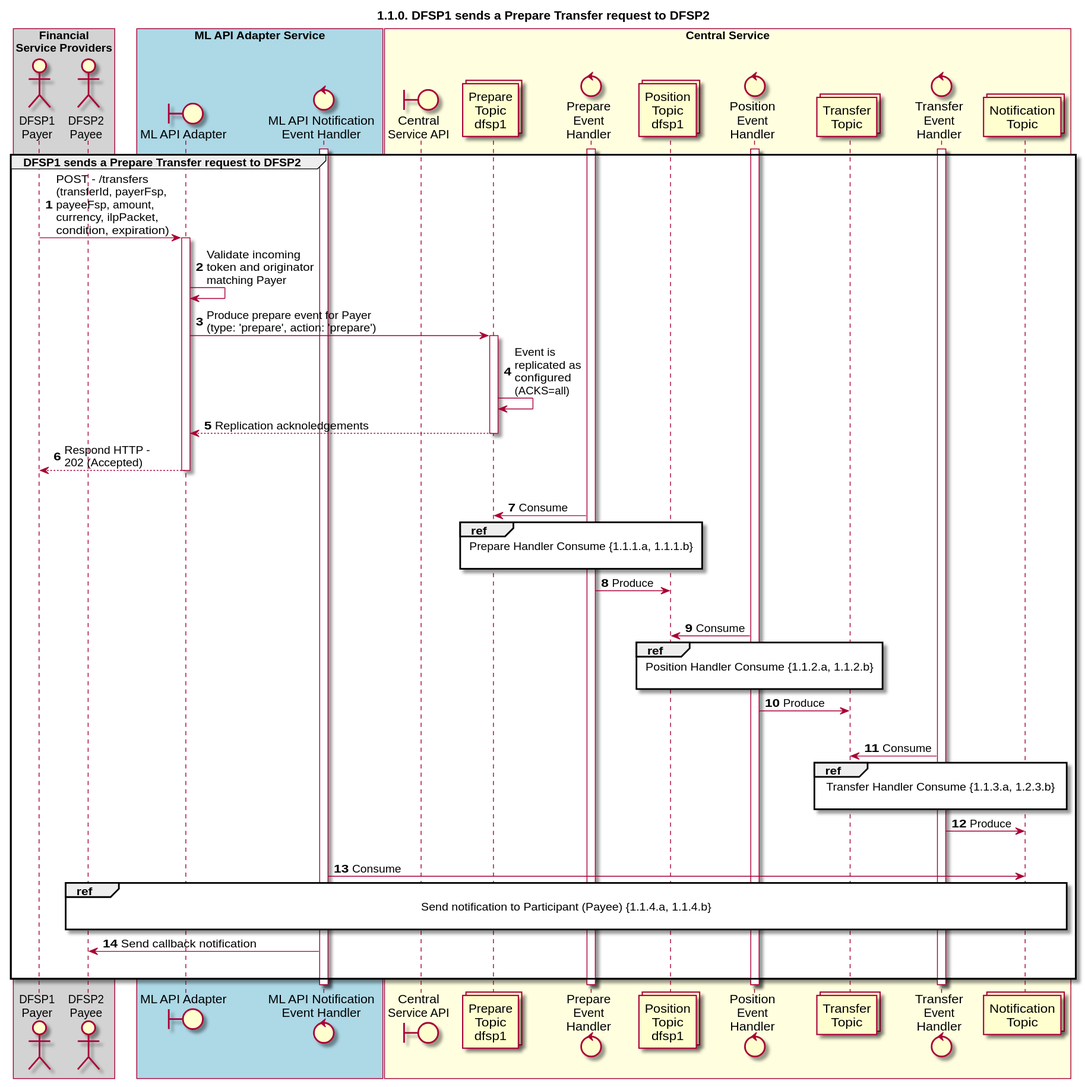
The PlantUML diagram CentralServices/seq_diagrams/seq-prepare-1.1.0-print.svg in ggrg/docs, before a commit.
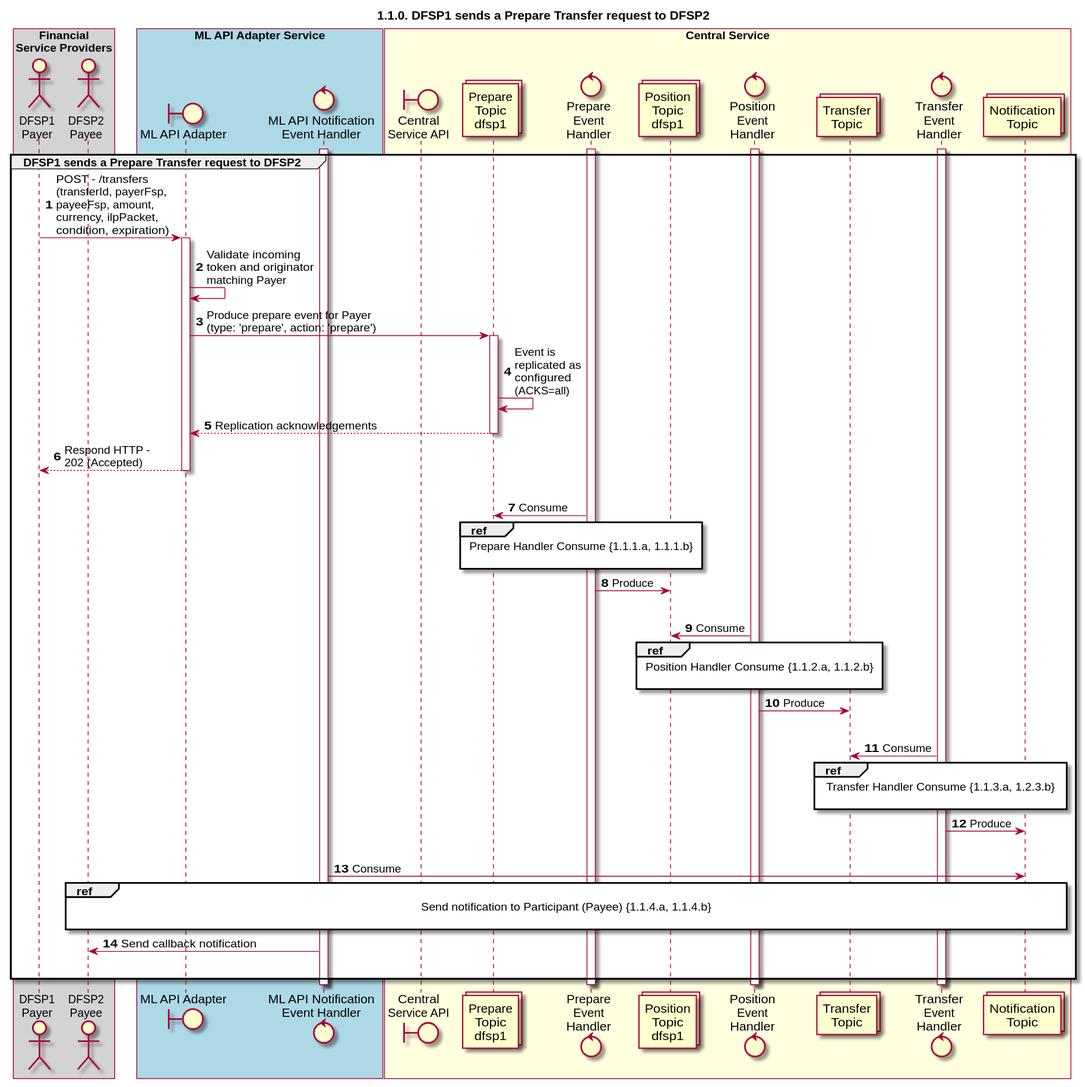
After the change.

The edit, as a diff of the source:
```diff
@@ -49,7 +49,7 @@
     MLAPI -> TOPIC_PREPARE_DFSP1: Produce prepare event for Payer\n(type: 'prepare', action: 'prepare')
     activate TOPIC_PREPARE_DFSP1
     TOPIC_PREPARE_DFSP1 <-> TOPIC_PREPARE_DFSP1: Event is\nreplicated as\nconfigured\n(ACKS=all)
-    TOPIC_PREPARE_DFSP1 --> MLAPI: Replication acknoledgements
+    TOPIC_PREPARE_DFSP1 --> MLAPI: Replication acknowledgements
     deactivate TOPIC_PREPARE_DFSP1
     MLAPI ---> DFSP1: Respond HTTP -\n202 (Accepted)
     deactivate MLAPI
```
